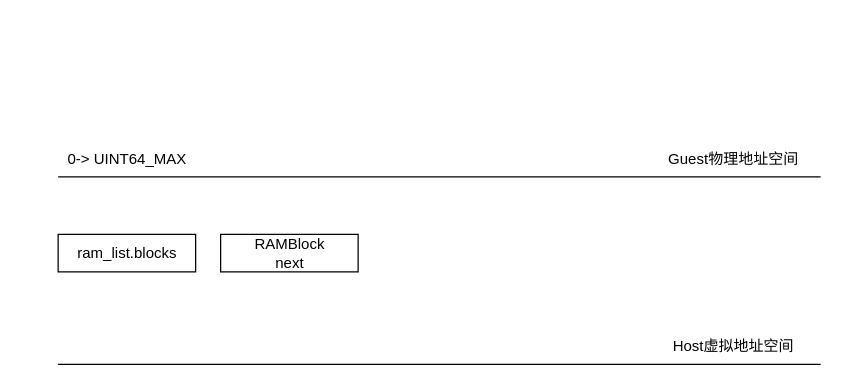
Above: page "RAMBlock结构" (2 of 2) of QEMU/QEMU-MEMORY.drawio in youtubezou/A-thinking-in-linux (draw.io), before the change. Source tidied: cells renumbered, new cells numbered last; positions are measured from the earlier drawing's top-left corner, leaving out a move shared by most shapes. Both pictures are drawn from the tidied source at 125%, with x=0, y=0 at pixel (58, 146).
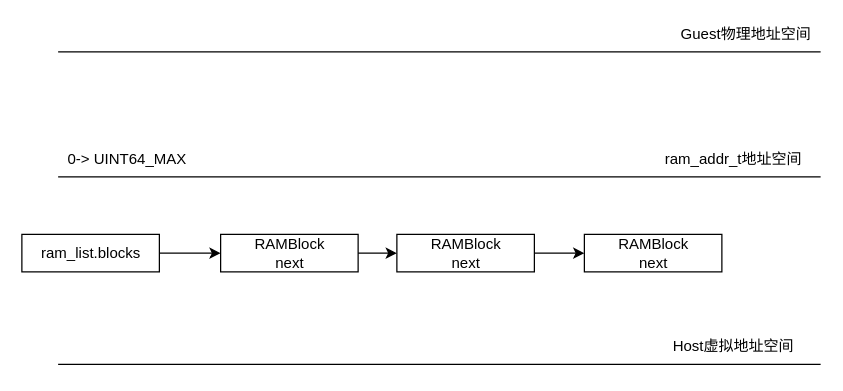
After the change.

What changed in the source:
```diff
@@
 <mxGraphModel>
   <root>
     <mxCell id="0" />
     <mxCell id="1" parent="0" />
     <mxCell id="2" style="line;strokeWidth=1;fillColor=none;align=left;verticalAlign=middle;spacingTop=-1;spacingLeft=3;spacingRight=3;labelPosition=right;" parent="1" vertex="1">
       <mxGeometry y="20" width="610" height="8" as="geometry" />
     </mxCell>
     <mxCell id="3" value="0-&amp;gt; UINT64_MAX" style="text;html=1;align=center;verticalAlign=middle;strokeColor=none;fillColor=none;" parent="1" vertex="1">
       <mxGeometry width="110" height="20" as="geometry" />
     </mxCell>
-    <mxCell id="4" value="Guest物理地址空间" style="text;html=1;align=center;verticalAlign=middle;strokeColor=none;fillColor=none;" parent="1" vertex="1">
+    <mxCell id="4" value="ram_addr_t地址空间" style="text;html=1;align=center;verticalAlign=middle;strokeColor=none;fillColor=none;" parent="1" vertex="1">
       <mxGeometry x="480" width="120" height="20" as="geometry" />
     </mxCell>
     <mxCell id="5" style="line;strokeWidth=1;fillColor=none;align=left;verticalAlign=middle;spacingTop=-1;spacingLeft=3;spacingRight=3;labelPosition=right;" parent="1" vertex="1">
       <mxGeometry y="170" width="610" height="8" as="geometry" />
     </mxCell>
     <mxCell id="6" value="Host虚拟地址空间" style="text;html=1;align=center;verticalAlign=middle;strokeColor=none;fillColor=none;" parent="1" vertex="1">
       <mxGeometry x="485" y="150" width="110" height="20" as="geometry" />
     </mxCell>
+    <mxCell id="9" style="edgeStyle=orthogonalEdgeStyle;rounded=0;jettySize=auto;html=1;" parent="1" edge="1" source="7" target="8">
+      <mxGeometry relative="1" as="geometry" />
+    </mxCell>
     <mxCell id="7" value="ram_list.blocks" style="html=1;fillColor=none;" parent="1" vertex="1">
-      <mxGeometry y="70" width="110" height="30" as="geometry" />
+      <mxGeometry x="-29" y="70" width="110" height="30" as="geometry" />
     </mxCell>
+    <mxCell id="10" style="edgeStyle=orthogonalEdgeStyle;rounded=0;jettySize=auto;html=1;" parent="1" edge="1" source="8" target="14">
+      <mxGeometry relative="1" as="geometry" />
+    </mxCell>
     <mxCell id="8" value="RAMBlock&lt;br&gt;next" style="html=1;fillColor=none;" parent="1" vertex="1">
       <mxGeometry x="130" y="70" width="110" height="30" as="geometry" />
     </mxCell>
+    <mxCell id="11" style="line;strokeWidth=1;fillColor=none;align=left;verticalAlign=middle;spacingTop=-1;spacingLeft=3;spacingRight=3;labelPosition=right;" parent="1" vertex="1">
+      <mxGeometry y="-80" width="610" height="8" as="geometry" />
+    </mxCell>
+    <mxCell id="12" value="Guest物理地址空间" style="text;html=1;align=center;verticalAlign=middle;strokeColor=none;fillColor=none;" parent="1" vertex="1">
+      <mxGeometry x="490" y="-100" width="120" height="20" as="geometry" />
+    </mxCell>
+    <mxCell id="13" style="edgeStyle=orthogonalEdgeStyle;rounded=0;jettySize=auto;html=1;" parent="1" edge="1" source="14" target="15">
+      <mxGeometry relative="1" as="geometry" />
+    </mxCell>
+    <mxCell id="14" value="RAMBlock&lt;br&gt;next" style="html=1;fillColor=none;" parent="1" vertex="1">
+      <mxGeometry x="271" y="70" width="110" height="30" as="geometry" />
+    </mxCell>
+    <mxCell id="15" value="RAMBlock&lt;br&gt;next" style="html=1;fillColor=none;" parent="1" vertex="1">
+      <mxGeometry x="421" y="70" width="110" height="30" as="geometry" />
+    </mxCell>
   </root>
 </mxGraphModel>
```
